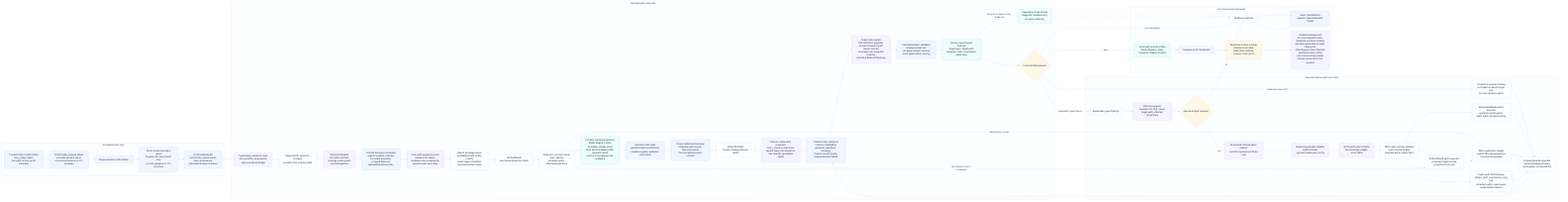
odylith/odylith keeps this Mermaid diagram as odylith/atlas/source/domain-intelligence-greenfield-governance.png. Above is the earlier version. Its source is kept beside it as odylith/atlas/source/domain-intelligence-greenfield-governance.mmd.
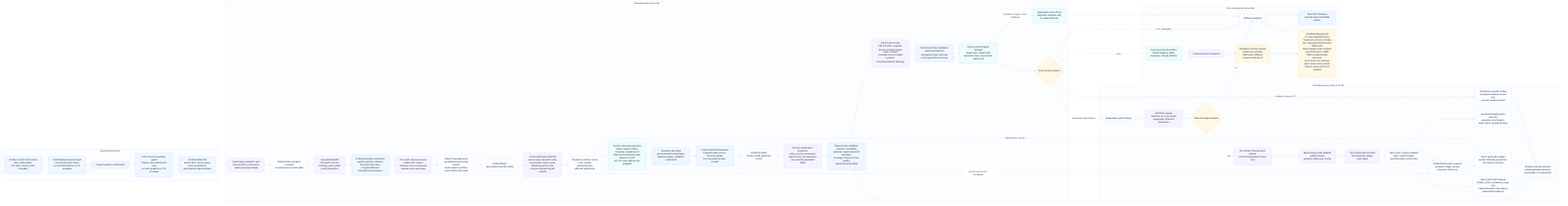
The same file after the commit.

What changed in the source:
```diff
@@ -17,13 +17,14 @@
       sequence_owner["First-path sequence owner<br/>modal actor chains,<br/>evidence noun compounds,<br/>named result-view steps"]
       result_language["Result-language owner<br/>quoted/bounded visible results,<br/>result-object modifiers,<br/>grammatical item order"]
       artifact_plan["ArtifactPlanIR<br/>sanctioned projection fields"]
+      canonical_facts["CanonicalProjectionFactIR<br/>source layer, semantic node,<br/>source path, repair owner,<br/>allowed projection IDs,<br/>compact supporting-tail variants"]
       projection_contract["Projection contract owner<br/>roots, aliases,<br/>envelope paths,<br/>affected projections"]
       projections["Context-starved projections<br/>Radar, Registry, Atlas,<br/>Compass, release proof<br/>Atlas terminal labels prefer semantic result<br/>only for long clipping-risk wrappers"]
       next_steps["Operator next steps<br/>governed start workstream,<br/>readiness gates, validation commands"]
       project_dashboard["Project dashboard preview<br/>fragment-safe source-launch prompts<br/>from accepted project context"]
       draft_set["ArtifactDraftSet<br/>human-visible governed drafts"]
       visible_actor_projection["Tribunal visible actor projection<br/>actor_source provenance,<br/>explicit many-hat allowance,<br/>role-specific generated labels"]
-      validators["Deterministic validators<br/>schema, traceability,<br/>grammar, repetition, topology,<br/>Project prompt quality,<br/>clipped terminal labels"]
+      validators["Deterministic validators<br/>schema, traceability,<br/>grammar, typed canonical repetition,<br/>topology, Project prompt quality,<br/>clipped terminal labels"]
       expert_lenses["Expert-lens review<br/>PM, architect, engineer,<br/>domain reviewer typed owner contract<br/>coverage over accepted systems,<br/>including deferred topology"]
       persisted_readback["Persisted artifact readback<br/>create payload and accepted-project preview<br/>must agree before scoring"]
       typed_findings["Source-owned typed findings<br/>target layer, target path,<br/>semantic node, no proposal-repair lane"]
@@ -55,11 +56,11 @@
       blockers["Exact final blockers<br/>operator sees actionable failure"]
       proof_log["Compass proof checkpoint"]
       surface_custody["Rendered surface custody<br/>Casebook included,<br/>Atlas static fallback,<br/>browser state proof"]
-      release_matrix["Installed release proof<br/>12-case standard matrix,<br/>Casebook surface included,<br/>per-case generated browser state proof,<br/>Atlas diagram state checked,<br/>persisted matrix JSON<br/>plus rescue wiring smoke<br/>natural rescue proof still required"]
+      release_matrix["Installed release proof<br/>12-case standard matrix,<br/>Casebook surface included,<br/>per-case generated browser state proof,<br/>Atlas diagram state checked,<br/>persisted matrix JSON<br/>failed-create blocker excerpts,<br/>strict temp-root cleanup,<br/>plus rescue wiring smoke<br/>natural rescue proof still required"]
     end
 
     visible_intent --> confirmable_stdout --> confirm --> source_guard --> confirmed_ir
-    confirmed_ir --> apply_input --> compiler --> semantic_ir --> external_boundary --> sequence_owner --> result_language --> artifact_plan --> projection_contract --> projections --> next_steps --> project_dashboard --> draft_set
+    confirmed_ir --> apply_input --> compiler --> semantic_ir --> external_boundary --> sequence_owner --> result_language --> artifact_plan --> canonical_facts --> projection_contract --> projections --> next_steps --> project_dashboard --> draft_set
     draft_set --> visible_actor_projection --> validators --> expert_lenses --> persisted_readback --> typed_findings --> final_manifest
     typed_findings -- "untyped or legacy-only evidence" --> legacy_blockers --> rollback
     final_manifest -- "pass" --> writes --> proof_log --> surface_custody --> release_matrix
@@ -84,7 +85,7 @@
     classDef rescue fill:#FFF7ED,stroke:#FDBA74,color:#17233A,stroke-width:1.2px;
     classDef write fill:#F0FDF4,stroke:#86EFAC,color:#17233A,stroke-width:1.2px;
     class visible_intent,confirmable_stdout,confirm,source_guard,confirmed_ir intent;
-    class apply_input,compiler,semantic_ir,external_boundary,sequence_owner,result_language,artifact_plan,projection_contract,projections,next_steps,project_dashboard,draft_set,visible_actor_projection,validators,expert_lenses,persisted_readback,typed_findings,legacy_blockers,final_manifest standard;
+    class apply_input,compiler,semantic_ir,external_boundary,sequence_owner,result_language,artifact_plan,canonical_facts,projection_contract,projections,next_steps,project_dashboard,draft_set,visible_actor_projection,validators,expert_lenses,persisted_readback,typed_findings,legacy_blockers,final_manifest standard;
     class repairable,patchset,rescue_budget,tribunal_planner,provider_adapter,strict_schema,custody_check,semantic_apply,plan_apply,scope_ledger,projection_rerender,copy_repair,rerender rescue;
     class writes,rollback,blockers,proof_log,surface_custody,release_matrix write;
 
```
